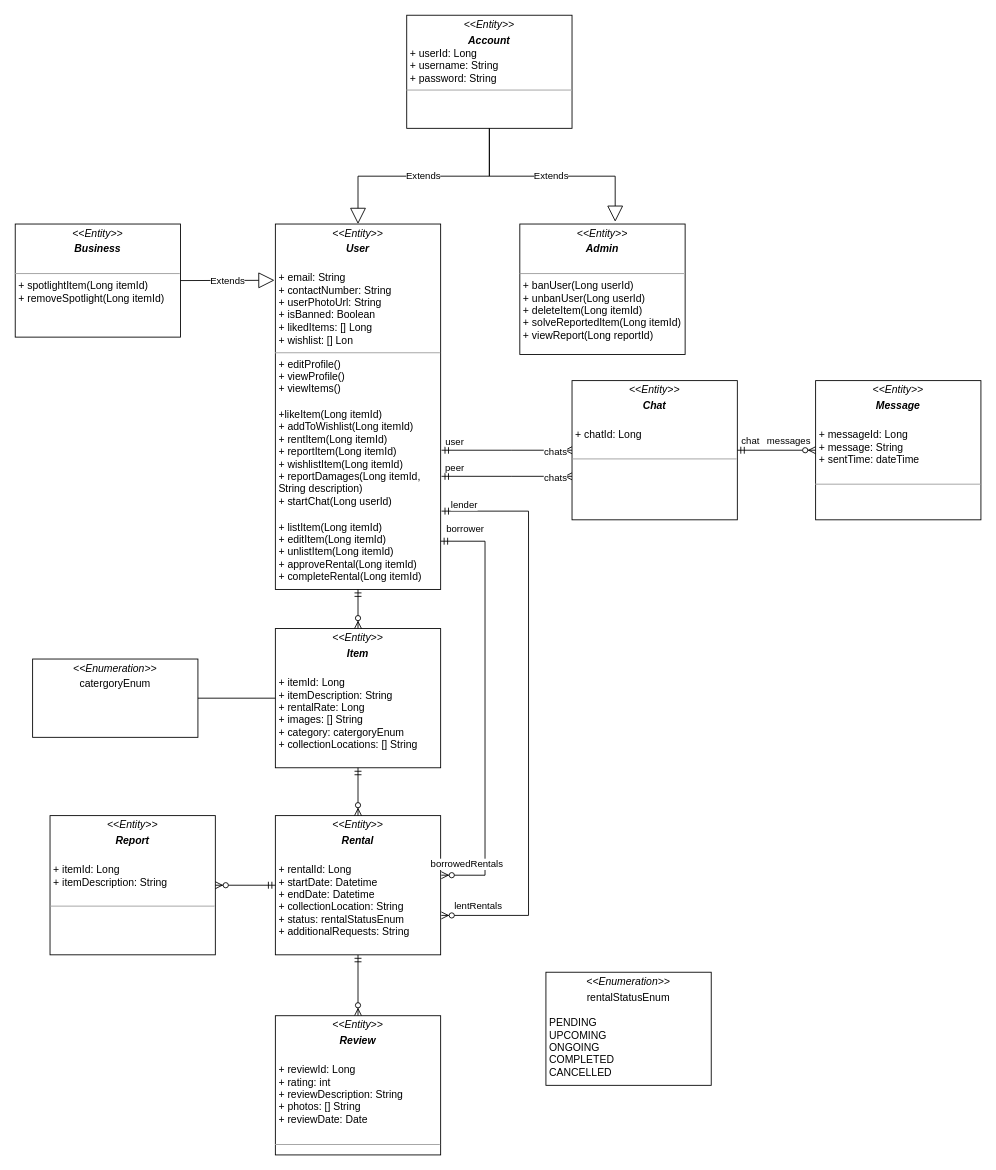
Before: Class Diagram.drawio in TohDeKai/SharEco, a draw.io diagram. Source tidied: cells renumbered, new cells numbered last; positions are measured from the earlier drawing's top-left corner, leaving out a move shared by most shapes. Both pictures are drawn from the tidied source at 87%, with x=0, y=0 at pixel (15, 15).
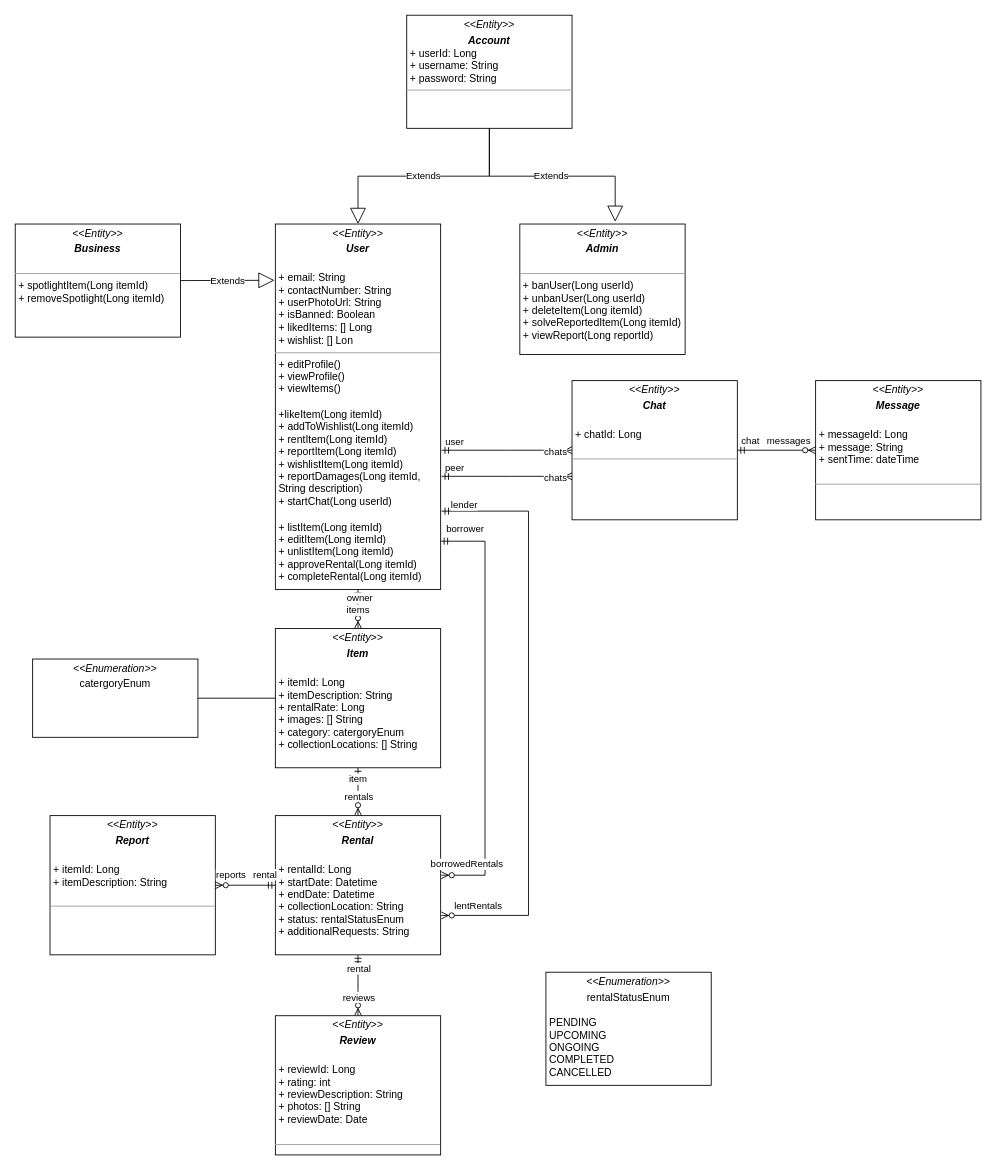
The same diagram, later.

Unchanged cells that the change refers to:
```xml
<mxCell id="10" style="fontSize=12;html=1;endArrow=ERzeroToMany;startArrow=ERmandOne;rounded=0;exitX=0.5;exitY=1;exitDx=0;exitDy=0;" parent="1" edge="1" source="2" target="9">
  <mxGeometry relative="1" as="geometry" />
</mxCell>
<mxCell id="11" style="fontSize=12;html=1;endArrow=ERzeroToMany;startArrow=ERmandOne;rounded=0;exitX=0.5;exitY=1;exitDx=0;exitDy=0;entryX=0.5;entryY=0;entryDx=0;entryDy=0;" parent="1" edge="1" source="13" target="12">
  <mxGeometry relative="1" as="geometry" />
</mxCell>
<mxCell id="16" style="fontSize=12;html=1;endArrow=ERzeroToMany;startArrow=ERmandOne;rounded=0;exitX=0.5;exitY=1;exitDx=0;exitDy=0;entryX=0.5;entryY=0;entryDx=0;entryDy=0;" parent="1" edge="1" source="9" target="13">
  <mxGeometry relative="1" as="geometry" />
</mxCell>
<mxCell id="18" style="fontSize=12;html=1;endArrow=ERzeroToMany;startArrow=ERmandOne;rounded=0;exitX=0;exitY=0.5;exitDx=0;exitDy=0;entryX=1;entryY=0.5;entryDx=0;entryDy=0;" parent="1" edge="1" source="13" target="17">
  <mxGeometry relative="1" as="geometry" />
</mxCell>
```

Diff of the diagram source:
```diff
@@
+    <mxCell id="37" value="owner" style="edgeLabel;html=1;align=center;verticalAlign=middle;" parent="10" vertex="1">
+      <mxGeometry x="-0.59" y="1" relative="1" as="geometry" />
+    </mxCell>
+    <mxCell id="38" value="items" style="edgeLabel;html=1;align=center;verticalAlign=middle;" parent="10" vertex="1">
+      <mxGeometry x="0.03" y="-1" relative="1" as="geometry" />
+    </mxCell>
@@
+    <mxCell id="39" value="rental" style="edgeLabel;html=1;align=center;verticalAlign=middle;" parent="11" vertex="1">
+      <mxGeometry x="-0.57" relative="1" as="geometry" />
+    </mxCell>
+    <mxCell id="40" value="reviews" style="edgeLabel;html=1;align=center;verticalAlign=middle;" parent="11" vertex="1">
+      <mxGeometry x="0.37" relative="1" as="geometry" />
+    </mxCell>
@@
+    <mxCell id="41" value="item" style="edgeLabel;html=1;align=center;verticalAlign=middle;" parent="16" vertex="1">
+      <mxGeometry x="-0.57" y="-1" relative="1" as="geometry" />
+    </mxCell>
+    <mxCell id="42" value="rentals" style="edgeLabel;html=1;align=center;verticalAlign=middle;" parent="16" vertex="1">
+      <mxGeometry x="0.16" relative="1" as="geometry" />
+    </mxCell>
@@
+    <mxCell id="43" value="rental" style="edgeLabel;html=1;align=center;verticalAlign=middle;" parent="18" vertex="1">
+      <mxGeometry x="-0.63" y="1" relative="1" as="geometry">
+        <mxPoint y="-14" as="offset" />
+      </mxGeometry>
+    </mxCell>
+    <mxCell id="44" value="reports" style="edgeLabel;html=1;align=center;verticalAlign=middle;" parent="18" vertex="1">
+      <mxGeometry x="0.51" y="-1" relative="1" as="geometry">
+        <mxPoint y="-12" as="offset" />
+      </mxGeometry>
+    </mxCell>
```
